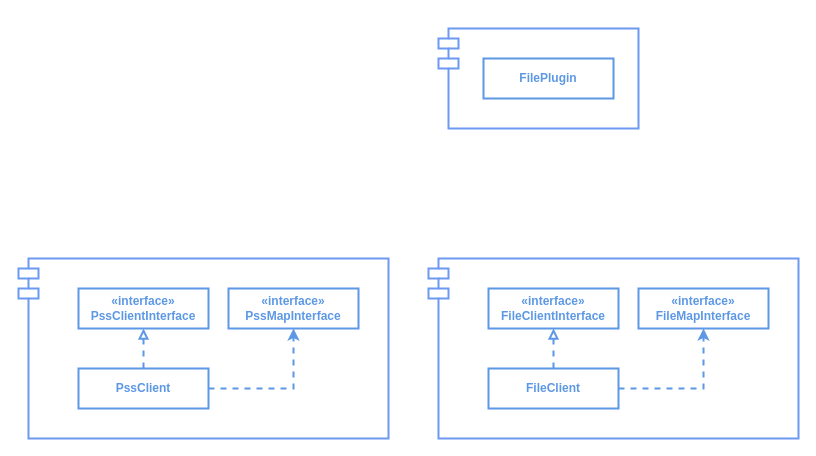
This is 地图组件图.drawio from xunzhaoxusanduo/1-drawio, a draw.io file, before an edit. Source tidied: cells renumbered, new cells numbered last; positions are measured from the earlier drawing's top-left corner, leaving out a move shared by most shapes. Both pictures are drawn from the tidied source at 100%, with x=0, y=0 at pixel (18, 28).
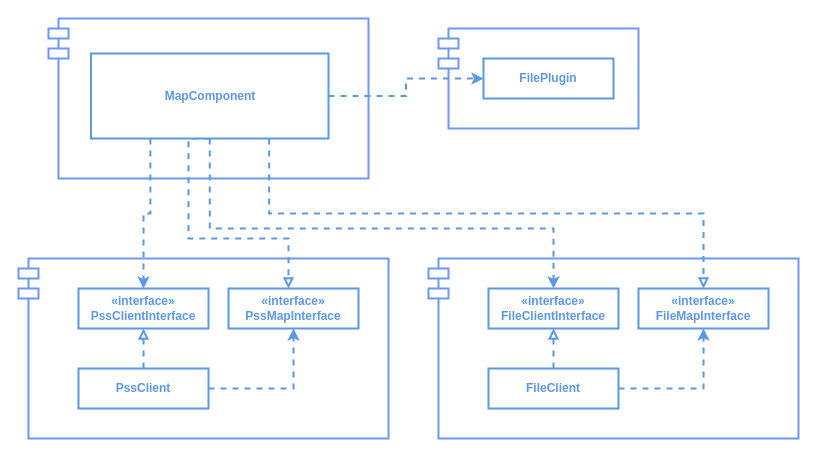
The same diagram, later.

Commit message:
Update 地图组件图.drawio

The change refers to these unchanged cells:
```xml
<mxCell id="3" value="&lt;font color=&quot;#5d98e5&quot;&gt;&lt;b&gt;«interface»&lt;br&gt;PssMapInterface&lt;/b&gt;&lt;br&gt;&lt;/font&gt;" style="html=1;whiteSpace=wrap;strokeWidth=2;strokeColor=#5d98e5;" parent="1" vertex="1">
  <mxGeometry x="210" y="260" width="130" height="40" as="geometry" />
</mxCell>
<mxCell id="4" value="&lt;font color=&quot;#5d98e5&quot;&gt;&lt;b&gt;«interface»&lt;br&gt;PssClientInterface&lt;/b&gt;&lt;br&gt;&lt;/font&gt;" style="html=1;whiteSpace=wrap;strokeWidth=2;strokeColor=#5d98e5;" parent="1" vertex="1">
  <mxGeometry x="60" y="260" width="130" height="40" as="geometry" />
</mxCell>
<mxCell id="9" value="&lt;font color=&quot;#5d98e5&quot;&gt;&lt;b&gt;«interface»&lt;br&gt;FileMapInterface&lt;/b&gt;&lt;br&gt;&lt;/font&gt;" style="html=1;whiteSpace=wrap;strokeWidth=2;strokeColor=#5d98e5;" parent="1" vertex="1">
  <mxGeometry x="620" y="260" width="130" height="40" as="geometry" />
</mxCell>
<mxCell id="10" value="&lt;font color=&quot;#5d98e5&quot;&gt;&lt;b&gt;«interface»&lt;br&gt;FileClientInterface&lt;/b&gt;&lt;br&gt;&lt;/font&gt;" style="html=1;whiteSpace=wrap;strokeWidth=2;strokeColor=#5d98e5;" parent="1" vertex="1">
  <mxGeometry x="470" y="260" width="130" height="40" as="geometry" />
</mxCell>
<mxCell id="15" value="&lt;font color=&quot;#5d98e5&quot;&gt;&lt;b&gt;FilePlugin&lt;/b&gt;&lt;/font&gt;" style="html=1;whiteSpace=wrap;strokeColor=#5d98e5;strokeWidth=2;" parent="1" vertex="1">
  <mxGeometry x="465" y="30" width="130" height="40" as="geometry" />
</mxCell>
```

The edit, as a diff of the source:
```diff
@@
+    <mxCell id="16" style="shape=module;align=left;spacingLeft=20;align=center;verticalAlign=top;whiteSpace=wrap;html=1;strokeColor=#6D99F1;strokeWidth=2;" parent="1" vertex="1">
+      <mxGeometry x="30" y="-10" width="320" height="160" as="geometry" />
+    </mxCell>
+    <mxCell id="17" style="edgeStyle=orthogonalEdgeStyle;rounded=0;jettySize=auto;html=1;exitX=0.25;exitY=1;exitDx=0;exitDy=0;strokeColor=#5D98E5;strokeWidth=2;dashed=1;" parent="1" edge="1" source="22" target="4">
+      <mxGeometry relative="1" as="geometry" />
+    </mxCell>
+    <mxCell id="18" style="edgeStyle=orthogonalEdgeStyle;rounded=0;jettySize=auto;html=1;exitX=0.5;exitY=1;exitDx=0;exitDy=0;strokeColor=#5D98E5;dashed=1;strokeWidth=2;endArrow=block;endFill=0;" parent="1" edge="1" source="22" target="3">
+      <mxGeometry relative="1" as="geometry">
+        <Array as="points">
+          <mxPoint x="170" y="110" />
+          <mxPoint x="170" y="210" />
+          <mxPoint x="270" y="210" />
+        </Array>
+      </mxGeometry>
+    </mxCell>
+    <mxCell id="19" style="edgeStyle=orthogonalEdgeStyle;rounded=0;jettySize=auto;html=1;exitX=0.5;exitY=1;exitDx=0;exitDy=0;dashed=1;strokeColor=#5D98E5;strokeWidth=2;align=center;verticalAlign=middle;fontFamily=Helvetica;fontSize=11;fontColor=default;labelBackgroundColor=default;endArrow=classic;" parent="1" edge="1" source="22" target="10">
+      <mxGeometry relative="1" as="geometry">
+        <Array as="points">
+          <mxPoint x="191" y="200" />
+          <mxPoint x="535" y="200" />
+        </Array>
+      </mxGeometry>
+    </mxCell>
+    <mxCell id="20" style="edgeStyle=orthogonalEdgeStyle;rounded=0;jettySize=auto;html=1;exitX=0.75;exitY=1;exitDx=0;exitDy=0;dashed=1;strokeColor=#5D98E5;strokeWidth=2;align=center;verticalAlign=middle;fontFamily=Helvetica;fontSize=11;fontColor=default;labelBackgroundColor=default;endArrow=block;endFill=0;" parent="1" edge="1" source="22" target="9">
+      <mxGeometry relative="1" as="geometry" />
+    </mxCell>
+    <mxCell id="21" style="edgeStyle=orthogonalEdgeStyle;rounded=0;jettySize=auto;html=1;exitX=1;exitY=0.5;exitDx=0;exitDy=0;entryX=0;entryY=0.5;entryDx=0;entryDy=0;dashed=1;strokeColor=#5D98E5;strokeWidth=2;align=center;verticalAlign=middle;fontFamily=Helvetica;fontSize=11;fontColor=default;labelBackgroundColor=default;endArrow=classic;" parent="1" edge="1" source="22" target="15">
+      <mxGeometry relative="1" as="geometry" />
+    </mxCell>
+    <mxCell id="22" value="&lt;font color=&quot;#5d98e5&quot;&gt;&lt;b&gt;MapComponent&lt;/b&gt;&lt;/font&gt;" style="html=1;whiteSpace=wrap;strokeColor=#5d98e5;strokeWidth=2;" parent="1" vertex="1">
+      <mxGeometry x="72.5" y="25" width="237.5" height="85" as="geometry" />
+    </mxCell>
```
